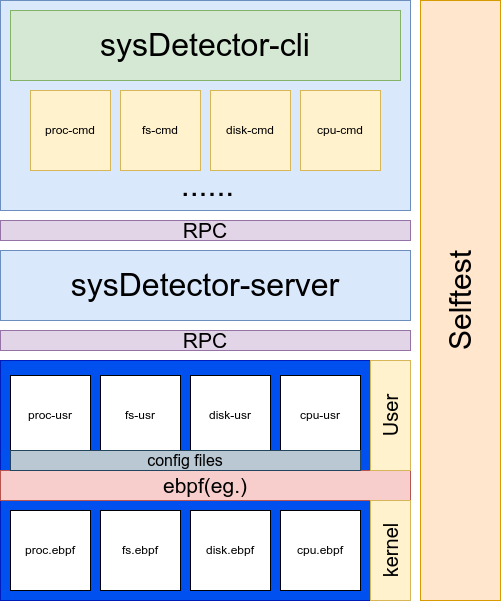
This is docs/sysDetector.drawio.png from Jvlegod/sysDetector, a draw.io export, as it was before one commit. Source tidied: cells renumbered, new cells last; positions are measured from the earlier drawing's top-left corner, leaving out a move shared by most shapes.
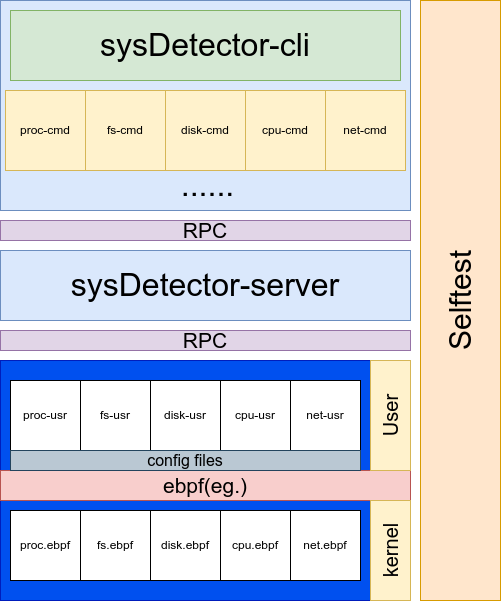
The same diagram one commit later.

The edit, as a diff of the source:
```diff
@@ -12,16 +12,16 @@
       <mxGeometry y="250" width="410" height="70" as="geometry" />
     </mxCell>
     <mxCell id="5" value="proc-cmd" style="whiteSpace=wrap;html=1;fillColor=#fff2cc;strokeColor=#d6b656;" parent="1" vertex="1">
-      <mxGeometry x="30" y="90" width="80" height="80" as="geometry" />
+      <mxGeometry x="5" y="90" width="80" height="80" as="geometry" />
     </mxCell>
     <mxCell id="6" value="fs-cmd" style="whiteSpace=wrap;html=1;fillColor=#fff2cc;strokeColor=#d6b656;" parent="1" vertex="1">
-      <mxGeometry x="120" y="90" width="80" height="80" as="geometry" />
+      <mxGeometry x="85" y="90" width="80" height="80" as="geometry" />
     </mxCell>
     <mxCell id="7" value="disk-cmd" style="whiteSpace=wrap;html=1;fillColor=#fff2cc;strokeColor=#d6b656;" parent="1" vertex="1">
-      <mxGeometry x="210" y="90" width="80" height="80" as="geometry" />
+      <mxGeometry x="165" y="90" width="80" height="80" as="geometry" />
     </mxCell>
     <mxCell id="8" value="cpu-cmd" style="whiteSpace=wrap;html=1;fillColor=#fff2cc;strokeColor=#d6b656;" parent="1" vertex="1">
-      <mxGeometry x="300" y="90" width="80" height="80" as="geometry" />
+      <mxGeometry x="245" y="90" width="80" height="80" as="geometry" />
     </mxCell>
     <mxCell id="9" value="&lt;font style=&quot;font-size: 21px;&quot;&gt;RPC&lt;/font&gt;" style="rounded=0;whiteSpace=wrap;html=1;fillColor=#e1d5e7;strokeColor=#9673a6;" parent="1" vertex="1">
       <mxGeometry y="220" width="410" height="20" as="geometry" />
@@ -33,16 +33,16 @@
       <mxGeometry y="360" width="370" height="110" as="geometry" />
     </mxCell>
     <mxCell id="12" value="proc-usr" style="whiteSpace=wrap;html=1;" parent="1" vertex="1">
-      <mxGeometry x="10" y="375" width="80" height="80" as="geometry" />
+      <mxGeometry x="10" y="380" width="70" height="70" as="geometry" />
     </mxCell>
     <mxCell id="13" value="fs-usr" style="whiteSpace=wrap;html=1;" parent="1" vertex="1">
-      <mxGeometry x="100" y="375" width="80" height="80" as="geometry" />
+      <mxGeometry x="80" y="380" width="70" height="70" as="geometry" />
     </mxCell>
     <mxCell id="14" value="disk-usr" style="whiteSpace=wrap;html=1;" parent="1" vertex="1">
-      <mxGeometry x="190" y="375" width="80" height="80" as="geometry" />
+      <mxGeometry x="150" y="380" width="70" height="70" as="geometry" />
     </mxCell>
     <mxCell id="15" value="cpu-usr" style="whiteSpace=wrap;html=1;" parent="1" vertex="1">
-      <mxGeometry x="280" y="375" width="80" height="80" as="geometry" />
+      <mxGeometry x="220" y="380" width="70" height="70" as="geometry" />
     </mxCell>
     <mxCell id="16" value="&lt;font style=&quot;font-size: 32px;&quot;&gt;......&lt;/font&gt;" style="text;html=1;align=center;verticalAlign=middle;whiteSpace=wrap;rounded=0;" parent="1" vertex="1">
       <mxGeometry x="150" y="180" width="115" height="10" as="geometry" />
@@ -60,20 +60,29 @@
       <mxGeometry x="370" y="500" width="40" height="100" as="geometry" />
     </mxCell>
     <mxCell id="21" value="proc.ebpf" style="whiteSpace=wrap;html=1;" parent="1" vertex="1">
-      <mxGeometry x="10" y="510" width="80" height="80" as="geometry" />
+      <mxGeometry x="10" y="510" width="70" height="70" as="geometry" />
     </mxCell>
     <mxCell id="22" value="fs.ebpf" style="whiteSpace=wrap;html=1;" parent="1" vertex="1">
-      <mxGeometry x="100" y="510" width="80" height="80" as="geometry" />
+      <mxGeometry x="80" y="510" width="70" height="70" as="geometry" />
     </mxCell>
     <mxCell id="23" value="disk.ebpf" style="whiteSpace=wrap;html=1;" parent="1" vertex="1">
-      <mxGeometry x="190" y="510" width="80" height="80" as="geometry" />
+      <mxGeometry x="150" y="510" width="70" height="70" as="geometry" />
     </mxCell>
     <mxCell id="24" value="cpu.ebpf" style="whiteSpace=wrap;html=1;" parent="1" vertex="1">
-      <mxGeometry x="280" y="510" width="80" height="80" as="geometry" />
+      <mxGeometry x="220" y="510" width="70" height="70" as="geometry" />
     </mxCell>
     <mxCell id="25" value="Selftest" style="rounded=0;whiteSpace=wrap;html=1;horizontal=0;fontSize=30;fillColor=#ffe6cc;strokeColor=#d79b00;" parent="1" vertex="1">
       <mxGeometry x="420" width="80" height="600" as="geometry" />
     </mxCell>
+    <mxCell id="27" value="net-cmd" style="whiteSpace=wrap;html=1;fillColor=#fff2cc;strokeColor=#d6b656;" parent="1" vertex="1">
+      <mxGeometry x="325" y="90" width="80" height="80" as="geometry" />
+    </mxCell>
+    <mxCell id="28" value="net-usr" style="whiteSpace=wrap;html=1;" parent="1" vertex="1">
+      <mxGeometry x="290" y="380" width="70" height="70" as="geometry" />
+    </mxCell>
+    <mxCell id="29" value="net.ebpf" style="whiteSpace=wrap;html=1;" parent="1" vertex="1">
+      <mxGeometry x="290" y="510" width="70" height="70" as="geometry" />
+    </mxCell>
     <mxCell id="26" value="&lt;font style=&quot;font-size: 16px;&quot;&gt;config files&lt;/font&gt;" style="rounded=0;whiteSpace=wrap;html=1;fillColor=#bac8d3;strokeColor=#23445d;" parent="1" vertex="1">
       <mxGeometry x="10" y="450" width="350" height="20" as="geometry" />
     </mxCell>
```
